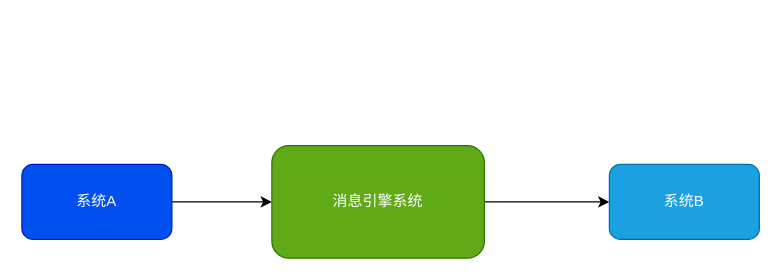
Before: kafka入门.drawio in stephenZkang/diagrams, a draw.io diagram. Source tidied: cells renumbered, new cells numbered last; positions are measured from the earlier drawing's top-left corner, leaving out a move shared by most shapes. Both pictures are drawn from the tidied source at 125%, with x=0, y=0 at pixel (21, 145).
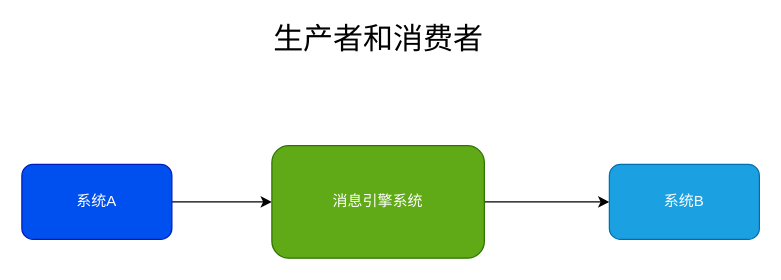
The same page after the edit.

What changed in the source:
```diff
@@
 <mxGraphModel>
   <root>
     <mxCell id="0" />
     <mxCell id="1" parent="0" />
     <mxCell id="2" style="edgeStyle=orthogonalEdgeStyle;rounded=0;jettySize=auto;html=1;" parent="1" edge="1" source="3" target="5">
       <mxGeometry relative="1" as="geometry" />
     </mxCell>
     <mxCell id="3" value="系统A" style="rounded=1;whiteSpace=wrap;html=1;fillColor=#0050ef;strokeColor=#001DBC;fontColor=#ffffff;" parent="1" vertex="1">
       <mxGeometry y="15" width="120" height="60" as="geometry" />
     </mxCell>
     <mxCell id="4" style="edgeStyle=orthogonalEdgeStyle;rounded=0;jettySize=auto;html=1;" parent="1" edge="1" source="5" target="6">
       <mxGeometry relative="1" as="geometry" />
     </mxCell>
     <mxCell id="5" value="消息引擎系统" style="rounded=1;whiteSpace=wrap;html=1;fillColor=#60a917;fontColor=#ffffff;strokeColor=#2D7600;" parent="1" vertex="1">
       <mxGeometry x="200" width="170" height="90" as="geometry" />
     </mxCell>
     <mxCell id="6" value="系统B" style="rounded=1;whiteSpace=wrap;html=1;fillColor=#1ba1e2;fontColor=#ffffff;strokeColor=#006EAF;" parent="1" vertex="1">
       <mxGeometry x="470" y="15" width="120" height="60" as="geometry" />
     </mxCell>
+    <mxCell id="7" value="&lt;font style=&quot;font-size: 24px;&quot;&gt;生产者和消费者&lt;/font&gt;" style="text;html=1;align=center;verticalAlign=middle;strokeColor=none;fillColor=none;" parent="1" vertex="1">
+      <mxGeometry x="195" y="-95" width="180" height="20" as="geometry" />
+    </mxCell>
   </root>
 </mxGraphModel>
```
